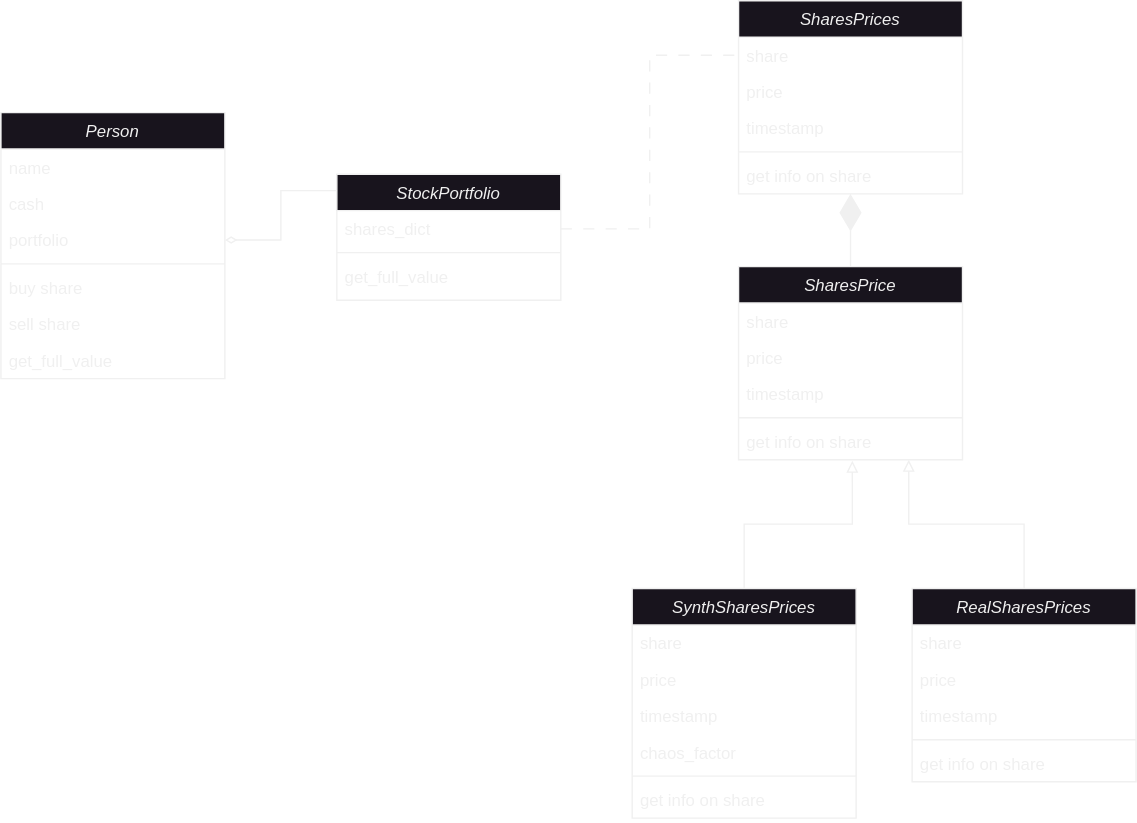
Earlier version of the draw.io export class_diagram.svg (pyrogn/trading-simulator). Source tidied: cells renumbered, new cells last; positions are measured from the earlier drawing's top-left corner, leaving out a move shared by most shapes.
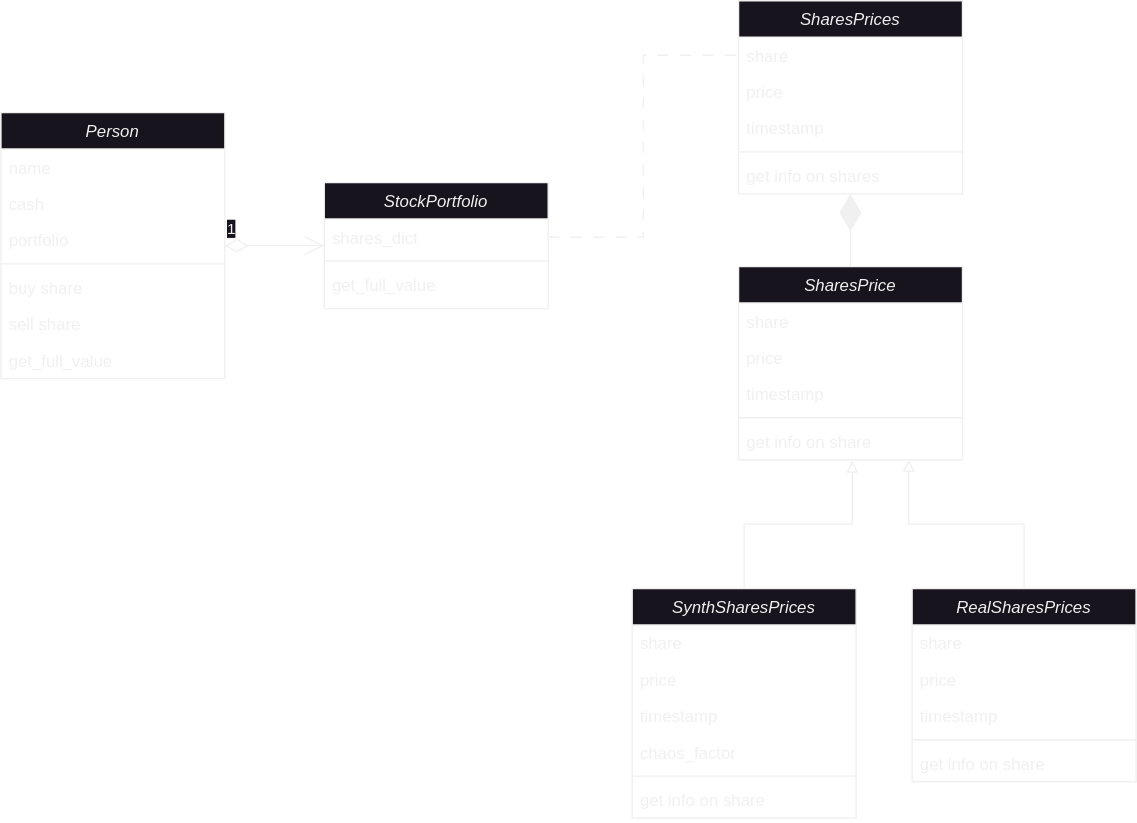
After the change.

What changed in the source:
```diff
@@ -27,7 +27,7 @@
       <mxGeometry y="164" width="160" height="26" as="geometry" />
     </mxCell>
     <mxCell id="10" value="StockPortfolio" style="swimlane;fontStyle=2;align=center;verticalAlign=top;horizontal=1;startSize=26;rounded=0;shadow=0;strokeWidth=1;" parent="1" vertex="1">
-      <mxGeometry x="240" y="124" width="160" height="90" as="geometry" />
+      <mxGeometry x="231" y="130" width="160" height="90" as="geometry" />
     </mxCell>
     <mxCell id="11" value="shares_dict" style="text;align=left;verticalAlign=top;spacingLeft=4;spacingRight=4;overflow=hidden;points=[[0,0.5],[1,0.5]];portConstraint=eastwest;" parent="10" vertex="1">
       <mxGeometry y="26" width="160" height="26" as="geometry" />
@@ -56,9 +56,6 @@
     <mxCell id="19" value="get info on share" style="text;align=left;verticalAlign=top;spacingLeft=4;spacingRight=4;overflow=hidden;points=[[0,0.5],[1,0.5]];portConstraint=eastwest;" parent="14" vertex="1">
       <mxGeometry y="112" width="160" height="26" as="geometry" />
     </mxCell>
-    <mxCell id="20" style="edgeStyle=orthogonalEdgeStyle;rounded=0;jettySize=auto;html=1;entryX=-0.002;entryY=0.13;entryDx=0;entryDy=0;startArrow=diamondThin;startFill=0;endArrow=none;endFill=0;entryPerimeter=0;" parent="1" edge="1" source="5" target="10">
-      <mxGeometry relative="1" as="geometry" />
-    </mxCell>
     <mxCell id="21" style="edgeStyle=orthogonalEdgeStyle;rounded=0;jettySize=auto;html=1;entryX=0.76;entryY=1;entryDx=0;entryDy=0;entryPerimeter=0;endArrow=block;endFill=0;" parent="1" edge="1" source="22" target="19">
       <mxGeometry relative="1" as="geometry" />
     </mxCell>
@@ -122,11 +119,14 @@
     <mxCell id="41" style="line;html=1;strokeWidth=1;align=left;verticalAlign=middle;spacingTop=-1;spacingLeft=3;spacingRight=3;labelPosition=right;" parent="37" vertex="1">
       <mxGeometry y="104" width="160" height="8" as="geometry" />
     </mxCell>
-    <mxCell id="42" value="get info on share" style="text;align=left;verticalAlign=top;spacingLeft=4;spacingRight=4;overflow=hidden;points=[[0,0.5],[1,0.5]];portConstraint=eastwest;" parent="37" vertex="1">
+    <mxCell id="42" value="get info on shares" style="text;align=left;verticalAlign=top;spacingLeft=4;spacingRight=4;overflow=hidden;points=[[0,0.5],[1,0.5]];portConstraint=eastwest;" parent="37" vertex="1">
       <mxGeometry y="112" width="160" height="26" as="geometry" />
     </mxCell>
     <mxCell id="43" style="endArrow=diamondThin;endFill=1;endSize=24;html=1;rounded=0;" parent="1" edge="1" source="14" target="42">
       <mxGeometry relative="1" as="geometry" />
     </mxCell>
+    <mxCell id="44" value="1" style="endArrow=open;html=1;endSize=12;startArrow=diamondThin;startSize=14;startFill=0;edgeStyle=orthogonalEdgeStyle;align=left;verticalAlign=bottom;rounded=0;" parent="1" edge="1" source="2" target="10">
+      <mxGeometry x="-1" y="3" relative="1" as="geometry" />
+    </mxCell>
   </root>
 </mxGraphModel>
```
